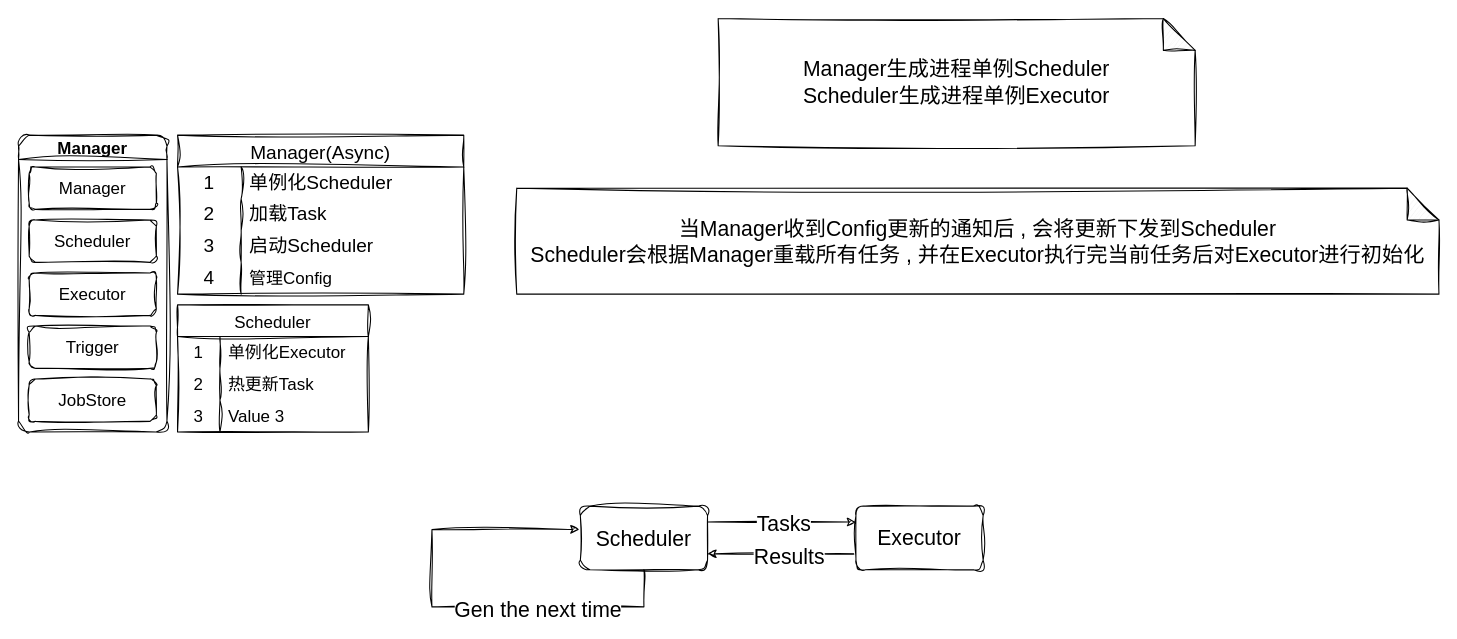
Above: page "Manager" (2 of 3) of drawio/module.drawio in CherryGS/AutoScriptFramework (draw.io), before the change. Source tidied: cells renumbered, new cells numbered last; positions are measured from the earlier drawing's top-left corner, leaving out a move shared by most shapes. Both pictures are drawn from the tidied source at 106%, with x=0, y=0 at pixel (18, 18).
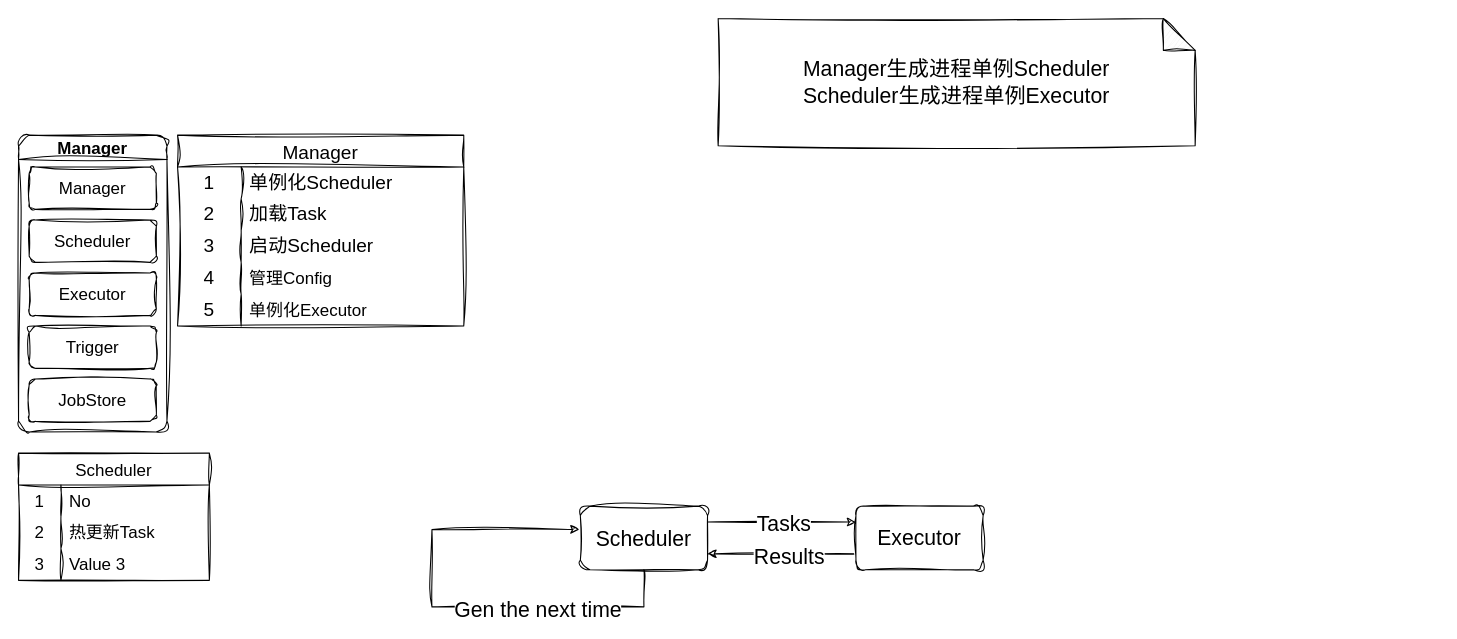
The same diagram, later.

The change refers to these unchanged cells:
```xml
<mxCell id="23" style="shape=tableRow;horizontal=0;startSize=0;swimlaneHead=0;swimlaneBody=0;top=0;left=0;bottom=0;right=0;fillColor=none;strokeColor=inherit;fontSize=16;sketch=1;hachureGap=4;jiggle=2;curveFitting=1;fontFamily=Sarasa Fixed SC;" parent="22" vertex="1">
  <mxGeometry y="30" width="180" height="30" as="geometry" />
</mxCell>
```

The edit, as a diff of the source:
```diff
@@
-    <mxCell id="9" value="Manager(Async)" style="shape=table;startSize=30;childLayout=tableLayout;rowLines=0;fontStyle=0;strokeColor=default;fontSize=18;sketch=1;hachureGap=4;jiggle=2;curveFitting=1;fontFamily=Sarasa Fixed SC;" parent="1" vertex="1">
-      <mxGeometry x="150" y="110" width="270" height="150" as="geometry" />
+    <mxCell id="9" value="Manager" style="shape=table;startSize=30;childLayout=tableLayout;rowLines=0;fontStyle=0;strokeColor=default;fontSize=18;sketch=1;hachureGap=4;jiggle=2;curveFitting=1;fontFamily=Sarasa Fixed SC;" parent="1" vertex="1">
+      <mxGeometry x="150" y="110" width="270" height="180" as="geometry" />
     </mxCell>
@@
+    <mxCell id="41" style="shape=tableRow;horizontal=0;startSize=0;swimlaneHead=0;swimlaneBody=0;top=0;left=0;bottom=0;right=0;fillColor=none;strokeColor=inherit;fontSize=16;sketch=1;hachureGap=4;jiggle=2;curveFitting=1;fontFamily=Sarasa Fixed SC;" parent="9" vertex="1">
+      <mxGeometry y="150" width="270" height="30" as="geometry" />
+    </mxCell>
+    <mxCell id="42" value="5" style="shape=partialRectangle;html=1;whiteSpace=wrap;fillColor=none;top=0;left=0;bottom=0;right=0;overflow=hidden;strokeColor=inherit;fontSize=18;sketch=1;hachureGap=4;jiggle=2;curveFitting=1;fontFamily=Sarasa Fixed SC;" parent="41" vertex="1">
+      <mxGeometry width="60" height="30" as="geometry" />
+    </mxCell>
+    <mxCell id="43" value="单例化Executor" style="shape=partialRectangle;html=1;whiteSpace=wrap;fillColor=none;top=0;left=0;bottom=0;right=0;align=left;spacingLeft=6;overflow=hidden;strokeColor=inherit;fontSize=16;sketch=1;hachureGap=4;jiggle=2;curveFitting=1;fontFamily=Sarasa Fixed SC;" parent="41" vertex="1">
+      <mxGeometry x="60" width="210" height="30" as="geometry" />
+    </mxCell>
     <mxCell id="22" value="Scheduler" style="shape=table;startSize=30;childLayout=tableLayout;rowLines=0;fontStyle=0;strokeColor=default;fontSize=16;sketch=1;hachureGap=4;jiggle=2;curveFitting=1;fontFamily=Sarasa Fixed SC;" parent="1" vertex="1">
-      <mxGeometry x="150" y="270" width="180" height="120" as="geometry" />
+      <mxGeometry y="410" width="180" height="120" as="geometry" />
     </mxCell>
@@
-    <mxCell id="25" value="单例化Executor" style="shape=partialRectangle;html=1;whiteSpace=wrap;fillColor=none;top=0;left=0;bottom=0;right=0;align=left;spacingLeft=6;overflow=hidden;strokeColor=inherit;fontSize=16;sketch=1;hachureGap=4;jiggle=2;curveFitting=1;fontFamily=Sarasa Fixed SC;" parent="23" vertex="1">
+    <mxCell id="25" value="No" style="shape=partialRectangle;html=1;whiteSpace=wrap;fillColor=none;top=0;left=0;bottom=0;right=0;align=left;spacingLeft=6;overflow=hidden;strokeColor=inherit;fontSize=16;sketch=1;hachureGap=4;jiggle=2;curveFitting=1;fontFamily=Sarasa Fixed SC;" parent="23" vertex="1">
       <mxGeometry x="40" width="140" height="30" as="geometry" />
     </mxCell>
@@
-    <mxCell id="40" value="当Manager收到Config更新的通知后 , 会将更新下发到Scheduler&lt;br&gt;Scheduler会根据Manager重载所有任务 , 并在Executor执行完当前任务后对Executor进行初始化" style="shape=note;whiteSpace=wrap;html=1;backgroundOutline=1;darkOpacity=0.05;rounded=1;sketch=1;hachureGap=4;jiggle=2;curveFitting=1;strokeColor=default;fontFamily=Sarasa Fixed SC;fontSize=20;fontColor=default;fillColor=default;" parent="1" vertex="1">
-      <mxGeometry x="470" y="160" width="870" height="100" as="geometry" />
-    </mxCell>
```
